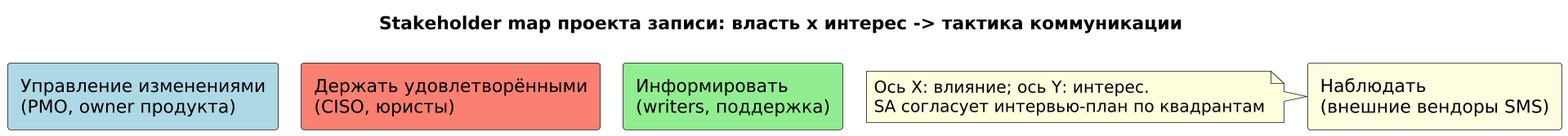
This is images_examples/ex08_stakeholder_map.png from maedodo11/fullstack-system-analyst, a PlantUML export, as it was before one commit. Its source is kept beside it as puml_examples/ex08_stakeholder_map.puml.
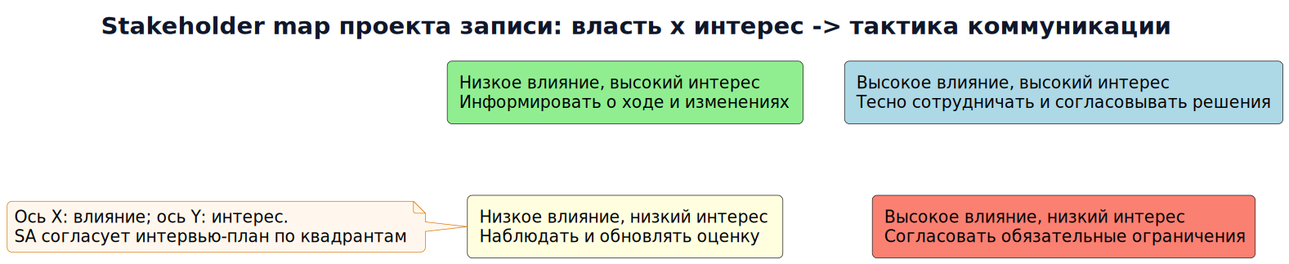
The same diagram one commit later.

Diff of the diagram source:
```diff
@@ -1,12 +1,21 @@
 @startuml ex08_stakeholder_map
-!pragma layout smetana
+skinparam defaultFontName "DejaVu Sans"
+skinparam defaultFontSize 14
+skinparam backgroundColor #FFFFFF
+skinparam shadowing false
+skinparam roundcorner 8
+skinparam ArrowColor #334155
+skinparam titleFontColor #0F172A
+skinparam titleFontSize 20
+skinparam noteBackgroundColor #FFF7ED
+skinparam noteBorderColor #D97706
+skinparam dpi 140
 title Stakeholder map проекта записи: власть x интерес -> тактика коммуникации
-skinparam defaultFontName "DejaVu Sans"
-rectangle "Управление изменениями\n(PMO, owner продукта)" as Q1 #LightBlue
-rectangle "Информировать\n(writers, поддержка)" as Q2 #LightGreen
-rectangle "Держать удовлетворёнными\n(CISO, юристы)" as Q3 #Salmon
-rectangle "Наблюдать\n(внешние вендоры SMS)" as Q4 #LightYellow
-Q1 -[hidden]right- Q3
-Q2 -[hidden]right- Q4
+rectangle "Высокое влияние, высокий интерес\nТесно сотрудничать и согласовывать решения" as Q1 #LightBlue
+rectangle "Низкое влияние, высокий интерес\nИнформировать о ходе и изменениях" as Q2 #LightGreen
+rectangle "Высокое влияние, низкий интерес\nСогласовать обязательные ограничения" as Q3 #Salmon
+rectangle "Низкое влияние, низкий интерес\nНаблюдать и обновлять оценку" as Q4 #LightYellow
+Q1 -[hidden]down- Q3
+Q2 -[hidden]down- Q4
 note left: Ось X: влияние; ось Y: интерес.\nSA согласует интервью-план по квадрантам
 @enduml
```
